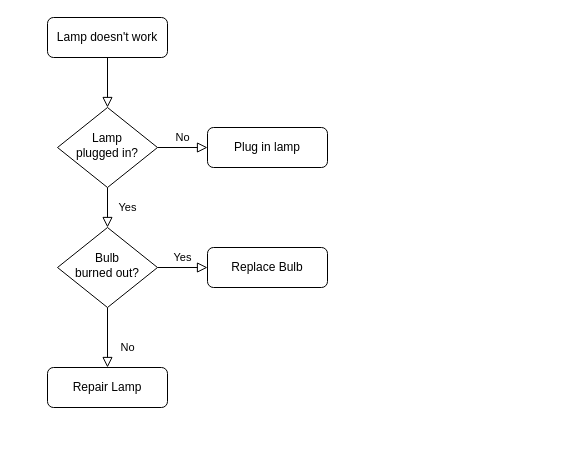
woodstock1993/Chain-Lightning keeps this draw.io diagram as 제목 없는 다이어그램.drawio. Above is the earlier version. Source tidied: cells renumbered, new cells numbered last; positions are measured from the earlier drawing's top-left corner, leaving out a move shared by most shapes. Both pictures are drawn from the tidied source at 100%, with x=0, y=0 at pixel (47, 17).
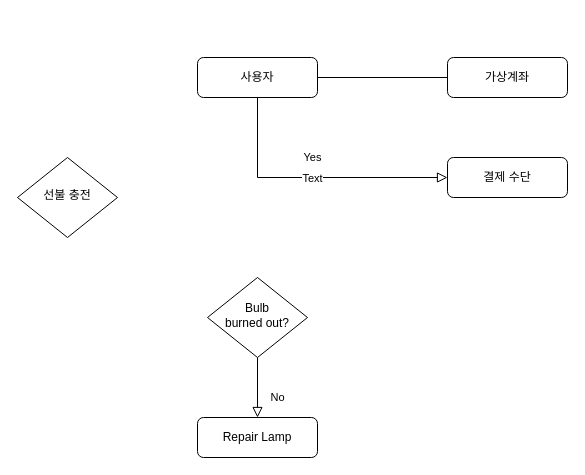
After the change.

Commit message:
결제 시스템

Diff of the diagram source:
```diff
@@
 <mxGraphModel>
   <root>
     <mxCell id="0" />
     <mxCell id="1" parent="0" />
-    <mxCell id="2" style="rounded=0;html=1;jettySize=auto;fontSize=11;endArrow=block;endFill=0;endSize=8;strokeWidth=1;shadow=0;labelBackgroundColor=none;edgeStyle=orthogonalEdgeStyle;" parent="1" edge="1" source="3" target="6">
-      <mxGeometry relative="1" as="geometry" />
-    </mxCell>
-    <mxCell id="3" value="Lamp doesn't work" style="rounded=1;whiteSpace=wrap;html=1;fontSize=12;glass=0;strokeWidth=1;shadow=0;" parent="1" vertex="1">
-      <mxGeometry width="120" height="40" as="geometry" />
+    <mxCell id="3" value="사용자" style="rounded=1;whiteSpace=wrap;html=1;fontSize=12;glass=0;strokeWidth=1;shadow=0;" parent="1" vertex="1">
+      <mxGeometry x="150" y="40" width="120" height="40" as="geometry" />
     </mxCell>
-    <mxCell id="4" value="Yes" style="rounded=0;html=1;jettySize=auto;fontSize=11;endArrow=block;endFill=0;endSize=8;strokeWidth=1;shadow=0;labelBackgroundColor=none;edgeStyle=orthogonalEdgeStyle;" parent="1" edge="1" source="6" target="10">
+    <mxCell id="4" value="Yes" style="rounded=0;html=1;jettySize=auto;fontSize=11;endArrow=block;endFill=0;endSize=8;strokeWidth=1;shadow=0;labelBackgroundColor=none;edgeStyle=orthogonalEdgeStyle;exitX=0.5;exitY=1;exitDx=0;exitDy=0;exitPerimeter=0;entryX=0;entryY=0.5;entryDx=0;entryDy=0;" parent="1" edge="1" source="3" target="12">
       <mxGeometry y="20" relative="1" as="geometry" />
     </mxCell>
-    <mxCell id="5" value="No" style="edgeStyle=orthogonalEdgeStyle;rounded=0;html=1;jettySize=auto;fontSize=11;endArrow=block;endFill=0;endSize=8;strokeWidth=1;shadow=0;labelBackgroundColor=none;" parent="1" edge="1" source="6" target="7">
-      <mxGeometry y="10" relative="1" as="geometry" />
-    </mxCell>
+    <mxCell id="13" value="Text" style="edgeLabel;html=1;align=center;verticalAlign=middle;" parent="4" vertex="1">
+      <mxGeometry x="-0.01" relative="1" as="geometry" />
+    </mxCell>
-    <mxCell id="6" value="Lamp&lt;br&gt;plugged in?" style="rhombus;whiteSpace=wrap;html=1;shadow=0;fontFamily=Helvetica;fontSize=12;align=center;strokeWidth=1;spacing=6;spacingTop=-4;" parent="1" vertex="1">
-      <mxGeometry x="10" y="90" width="100" height="80" as="geometry" />
+    <mxCell id="6" value="선불 충전" style="rhombus;whiteSpace=wrap;html=1;shadow=0;fontFamily=Helvetica;fontSize=12;align=center;strokeWidth=1;spacing=6;spacingTop=-4;" parent="1" vertex="1">
+      <mxGeometry x="-30" y="140" width="100" height="80" as="geometry" />
     </mxCell>
-    <mxCell id="7" value="Plug in lamp" style="rounded=1;whiteSpace=wrap;html=1;fontSize=12;glass=0;strokeWidth=1;shadow=0;" parent="1" vertex="1">
-      <mxGeometry x="160" y="110" width="120" height="40" as="geometry" />
+    <mxCell id="7" value="가상계좌&lt;br&gt;" style="rounded=1;whiteSpace=wrap;html=1;fontSize=12;glass=0;strokeWidth=1;shadow=0;" parent="1" vertex="1">
+      <mxGeometry x="400" y="40" width="120" height="40" as="geometry" />
     </mxCell>
     <mxCell id="8" value="No" style="rounded=0;html=1;jettySize=auto;fontSize=11;endArrow=block;endFill=0;endSize=8;strokeWidth=1;shadow=0;labelBackgroundColor=none;edgeStyle=orthogonalEdgeStyle;" parent="1" edge="1" source="10" target="11">
       <mxGeometry x="0.33" y="20" relative="1" as="geometry" />
     </mxCell>
-    <mxCell id="9" value="Yes" style="edgeStyle=orthogonalEdgeStyle;rounded=0;html=1;jettySize=auto;fontSize=11;endArrow=block;endFill=0;endSize=8;strokeWidth=1;shadow=0;labelBackgroundColor=none;" parent="1" edge="1" source="10" target="12">
-      <mxGeometry y="10" relative="1" as="geometry" />
-    </mxCell>
     <mxCell id="10" value="Bulb&lt;br&gt;burned out?" style="rhombus;whiteSpace=wrap;html=1;shadow=0;fontFamily=Helvetica;fontSize=12;align=center;strokeWidth=1;spacing=6;spacingTop=-4;" parent="1" vertex="1">
-      <mxGeometry x="10" y="210" width="100" height="80" as="geometry" />
+      <mxGeometry x="160" y="260" width="100" height="80" as="geometry" />
     </mxCell>
     <mxCell id="11" value="Repair Lamp" style="rounded=1;whiteSpace=wrap;html=1;fontSize=12;glass=0;strokeWidth=1;shadow=0;" parent="1" vertex="1">
-      <mxGeometry y="350" width="120" height="40" as="geometry" />
+      <mxGeometry x="150" y="400" width="120" height="40" as="geometry" />
     </mxCell>
-    <mxCell id="12" value="Replace Bulb" style="rounded=1;whiteSpace=wrap;html=1;fontSize=12;glass=0;strokeWidth=1;shadow=0;" parent="1" vertex="1">
-      <mxGeometry x="160" y="230" width="120" height="40" as="geometry" />
+    <mxCell id="12" value="결제 수단" style="rounded=1;whiteSpace=wrap;html=1;fontSize=12;glass=0;strokeWidth=1;shadow=0;" parent="1" vertex="1">
+      <mxGeometry x="400" y="140" width="120" height="40" as="geometry" />
     </mxCell>
+    <mxCell id="14" style="endArrow=none;html=1;rounded=0;entryX=0;entryY=0.5;entryDx=0;entryDy=0;" parent="1" edge="1" target="7">
+      <mxGeometry relative="1" as="geometry">
+        <mxPoint x="270" y="60" as="sourcePoint" />
+      </mxGeometry>
+    </mxCell>
   </root>
 </mxGraphModel>
```
